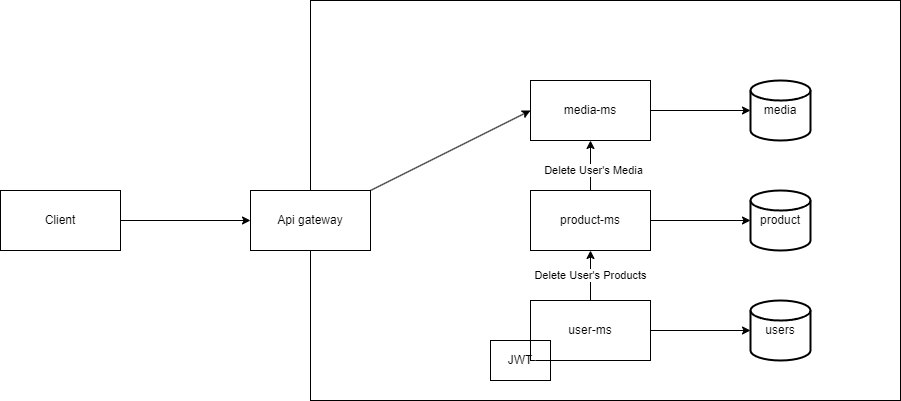
The draw.io diagram data-flow.png in AntonWiklund1/buy-01, before a commit. Source tidied: cells renumbered, new cells last; positions are measured from the earlier drawing's top-left corner, leaving out a move shared by most shapes. Its diagram source:
```xml
<mxGraphModel>
  <root>
    <mxCell id="0" />
    <mxCell id="1" parent="0" />
    <mxCell id="2" style="edgeStyle=none;html=1;" parent="1" edge="1" source="3" target="13">
      <mxGeometry relative="1" as="geometry" />
    </mxCell>
    <mxCell id="3" value="Client" style="rounded=0;whiteSpace=wrap;html=1;" parent="1" vertex="1">
      <mxGeometry y="190" width="120" height="60" as="geometry" />
    </mxCell>
    <mxCell id="4" style="edgeStyle=none;html=1;entryX=0;entryY=0.5;entryDx=0;entryDy=0;" parent="1" edge="1" source="13" target="9">
      <mxGeometry relative="1" as="geometry" />
    </mxCell>
    <mxCell id="5" style="edgeStyle=none;html=1;entryX=0;entryY=0.5;entryDx=0;entryDy=0;" parent="1" edge="1" source="13" target="11">
      <mxGeometry relative="1" as="geometry" />
    </mxCell>
    <mxCell id="6" style="rounded=0;whiteSpace=wrap;html=1;glass=0;fillStyle=solid;" parent="1" vertex="1">
      <mxGeometry x="310" width="590" height="400" as="geometry" />
    </mxCell>
    <mxCell id="7" style="edgeStyle=none;html=1;entryX=0;entryY=0.5;entryDx=0;entryDy=0;entryPerimeter=0;" parent="1" edge="1" source="9" target="17">
      <mxGeometry relative="1" as="geometry" />
    </mxCell>
    <mxCell id="8" value="Delete User's Products" style="edgeStyle=none;html=1;entryX=0.5;entryY=1;entryDx=0;entryDy=0;" parent="1" edge="1" source="9" target="11">
      <mxGeometry relative="1" as="geometry" />
    </mxCell>
    <mxCell id="9" value="user-ms" style="rounded=0;whiteSpace=wrap;html=1;glass=0;sketch=0;fillStyle=dashed;" parent="1" vertex="1">
      <mxGeometry x="530" y="300" width="120" height="60" as="geometry" />
    </mxCell>
    <mxCell id="10" style="edgeStyle=none;html=1;entryX=0;entryY=0.5;entryDx=0;entryDy=0;entryPerimeter=0;" parent="1" edge="1" source="11" target="18">
      <mxGeometry relative="1" as="geometry" />
    </mxCell>
    <mxCell id="11" value="product-ms" style="whiteSpace=wrap;html=1;rounded=0;glass=0;sketch=0;fillStyle=dashed;" parent="1" vertex="1">
      <mxGeometry x="530" y="190" width="120" height="60" as="geometry" />
    </mxCell>
    <mxCell id="12" style="edgeStyle=none;html=1;entryX=0;entryY=0.5;entryDx=0;entryDy=0;" parent="1" edge="1" source="13" target="15">
      <mxGeometry relative="1" as="geometry" />
    </mxCell>
    <mxCell id="13" value="Api gateway" style="whiteSpace=wrap;html=1;" parent="1" vertex="1">
      <mxGeometry x="250" y="190" width="120" height="60" as="geometry" />
    </mxCell>
    <mxCell id="14" style="edgeStyle=none;html=1;entryX=0;entryY=0.5;entryDx=0;entryDy=0;entryPerimeter=0;" parent="1" edge="1" source="15" target="19">
      <mxGeometry relative="1" as="geometry" />
    </mxCell>
    <mxCell id="15" value="media-ms" style="whiteSpace=wrap;html=1;rounded=0;glass=0;sketch=0;fillStyle=dashed;" parent="1" vertex="1">
      <mxGeometry x="530" y="80" width="120" height="60" as="geometry" />
    </mxCell>
    <mxCell id="16" value="JWT" style="rounded=0;whiteSpace=wrap;html=1;glass=0;sketch=0;fillStyle=dashed;" parent="1" vertex="1">
      <mxGeometry x="490" y="340" width="60" height="40" as="geometry" />
    </mxCell>
    <mxCell id="17" value="users" style="strokeWidth=2;html=1;shape=mxgraph.flowchart.database;whiteSpace=wrap;rounded=0;glass=0;sketch=0;fillStyle=dashed;" parent="1" vertex="1">
      <mxGeometry x="750" y="300" width="60" height="60" as="geometry" />
    </mxCell>
    <mxCell id="18" value="product" style="strokeWidth=2;html=1;shape=mxgraph.flowchart.database;whiteSpace=wrap;rounded=0;glass=0;sketch=0;fillStyle=dashed;" parent="1" vertex="1">
      <mxGeometry x="750" y="190" width="60" height="60" as="geometry" />
    </mxCell>
    <mxCell id="19" value="media" style="strokeWidth=2;html=1;shape=mxgraph.flowchart.database;whiteSpace=wrap;rounded=0;glass=0;sketch=0;fillStyle=dashed;" parent="1" vertex="1">
      <mxGeometry x="750" y="80" width="60" height="60" as="geometry" />
    </mxCell>
    <mxCell id="20" value="&lt;br&gt;&lt;br style=&quot;border-color: rgb(0, 0, 0); color: rgb(240, 240, 240); font-family: Helvetica; font-size: 11px; font-style: normal; font-variant-ligatures: normal; font-variant-caps: normal; font-weight: 400; letter-spacing: normal; orphans: 2; text-align: center; text-indent: 0px; text-transform: none; widows: 2; word-spacing: 0px; -webkit-text-stroke-width: 0px; text-decoration-thickness: initial; text-decoration-style: initial; text-decoration-color: initial;&quot;&gt;&lt;br&gt;" style="edgeStyle=none;html=1;entryX=0.5;entryY=1;entryDx=0;entryDy=0;" parent="1" edge="1" source="11" target="15">
      <mxGeometry relative="1" as="geometry" />
    </mxCell>
    <mxCell id="21" value="Delete User's Media" style="edgeLabel;html=1;align=center;verticalAlign=middle;" parent="20" vertex="1">
      <mxGeometry x="-0.51" y="-2" relative="1" as="geometry">
        <mxPoint y="-9" as="offset" />
      </mxGeometry>
    </mxCell>
  </root>
</mxGraphModel>
```
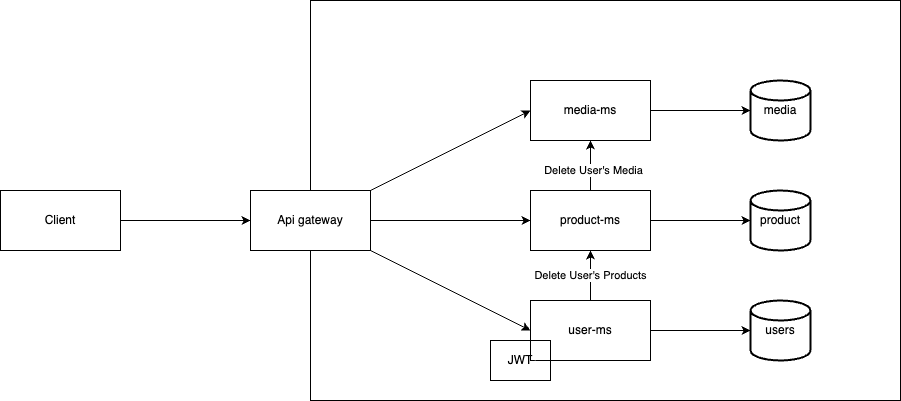
Later version of the same file.

Change to the diagram source:
```diff
@@ -14,7 +14,7 @@
     <mxCell id="5" style="edgeStyle=none;html=1;entryX=0;entryY=0.5;entryDx=0;entryDy=0;" parent="1" edge="1" source="13" target="11">
       <mxGeometry relative="1" as="geometry" />
     </mxCell>
-    <mxCell id="6" style="rounded=0;whiteSpace=wrap;html=1;glass=0;fillStyle=solid;" parent="1" vertex="1">
+    <mxCell id="6" style="rounded=0;whiteSpace=wrap;html=1;glass=0;fillStyle=solid;fillColor=default;" parent="1" vertex="1">
       <mxGeometry x="310" width="590" height="400" as="geometry" />
     </mxCell>
     <mxCell id="7" style="edgeStyle=none;html=1;entryX=0;entryY=0.5;entryDx=0;entryDy=0;entryPerimeter=0;" parent="1" edge="1" source="9" target="17">
@@ -35,6 +35,12 @@
     <mxCell id="12" style="edgeStyle=none;html=1;entryX=0;entryY=0.5;entryDx=0;entryDy=0;" parent="1" edge="1" source="13" target="15">
       <mxGeometry relative="1" as="geometry" />
     </mxCell>
+    <mxCell id="22" style="edgeStyle=none;html=1;entryX=0;entryY=0.5;entryDx=0;entryDy=0;" parent="1" edge="1" source="13" target="11">
+      <mxGeometry relative="1" as="geometry" />
+    </mxCell>
+    <mxCell id="23" style="edgeStyle=none;html=1;exitX=1;exitY=1;exitDx=0;exitDy=0;entryX=0;entryY=0.5;entryDx=0;entryDy=0;" parent="1" edge="1" source="13" target="9">
+      <mxGeometry relative="1" as="geometry" />
+    </mxCell>
     <mxCell id="13" value="Api gateway" style="whiteSpace=wrap;html=1;" parent="1" vertex="1">
       <mxGeometry x="250" y="190" width="120" height="60" as="geometry" />
     </mxCell>
```
